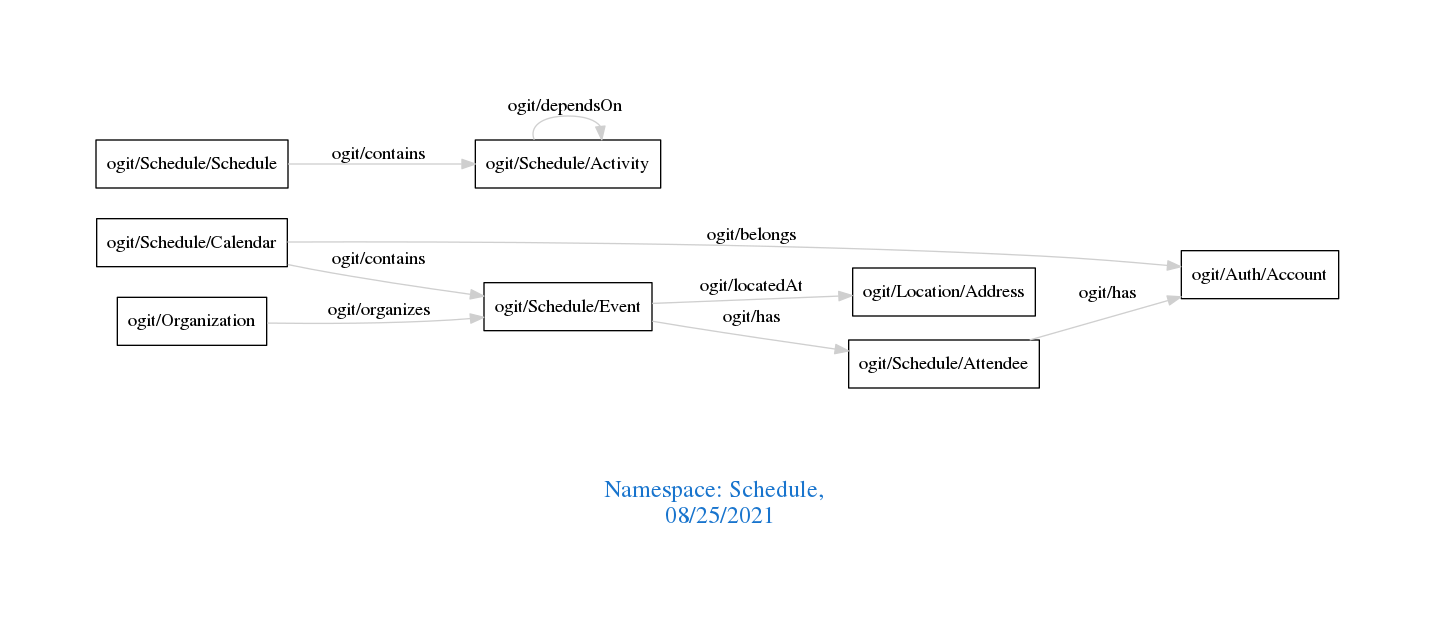
Earlier version of the Graphviz export downloads/Schedule.png (arago/OGIT). Its source is kept beside it as downloads/Schedule.dot.
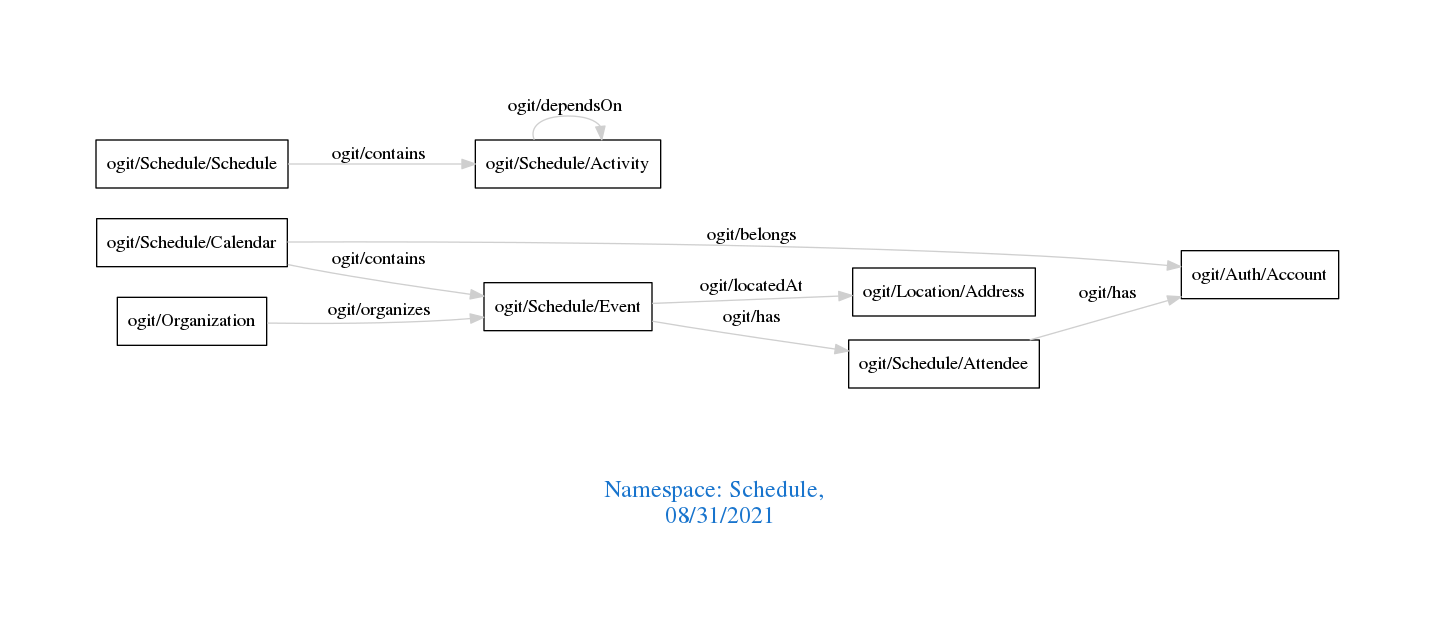
The same file after the commit.

Change to the diagram source:
```diff
@@ -1,7 +1,7 @@
 digraph OGIT_ontology {
  graph [ rankdir= LR,pad=1
 fontsize = 18,
-fontcolor= dodgerblue3,label = "\n\n\nNamespace: Schedule, \n 08/25/2021"];
+fontcolor= dodgerblue3,label = "\n\n\nNamespace: Schedule, \n 08/31/2021"];
 node[shape=polygon];
 edge [  color="gray81"];
 
```
